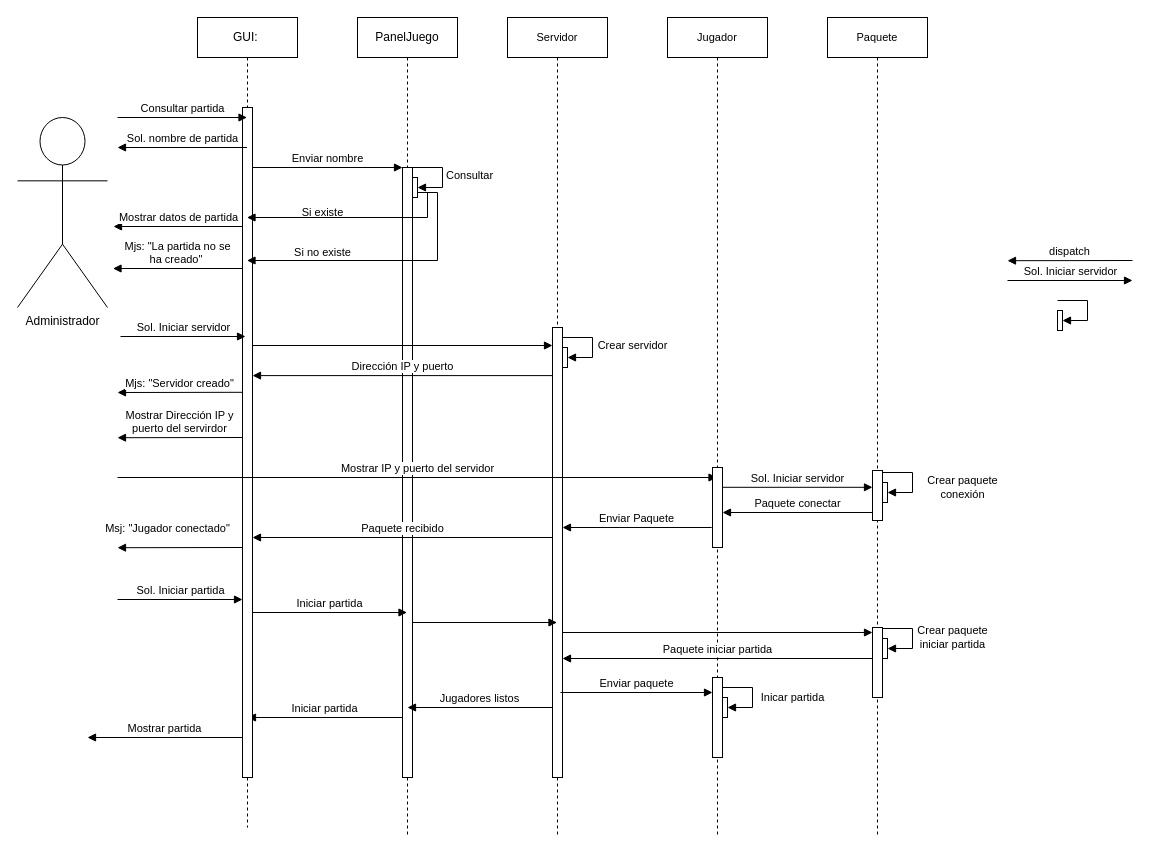
Earlier version of the draw.io diagram page "Iniciar Partida - Secuencia" (7 of 8) of UML/UML.drawio (Carlos19men/EcoCrossing). Source tidied: cells renumbered, new cells numbered last; positions are measured from the earlier drawing's top-left corner, leaving out a move shared by most shapes. Both pictures are drawn from the tidied source at 100%, with x=0, y=0 at pixel (17, 17).
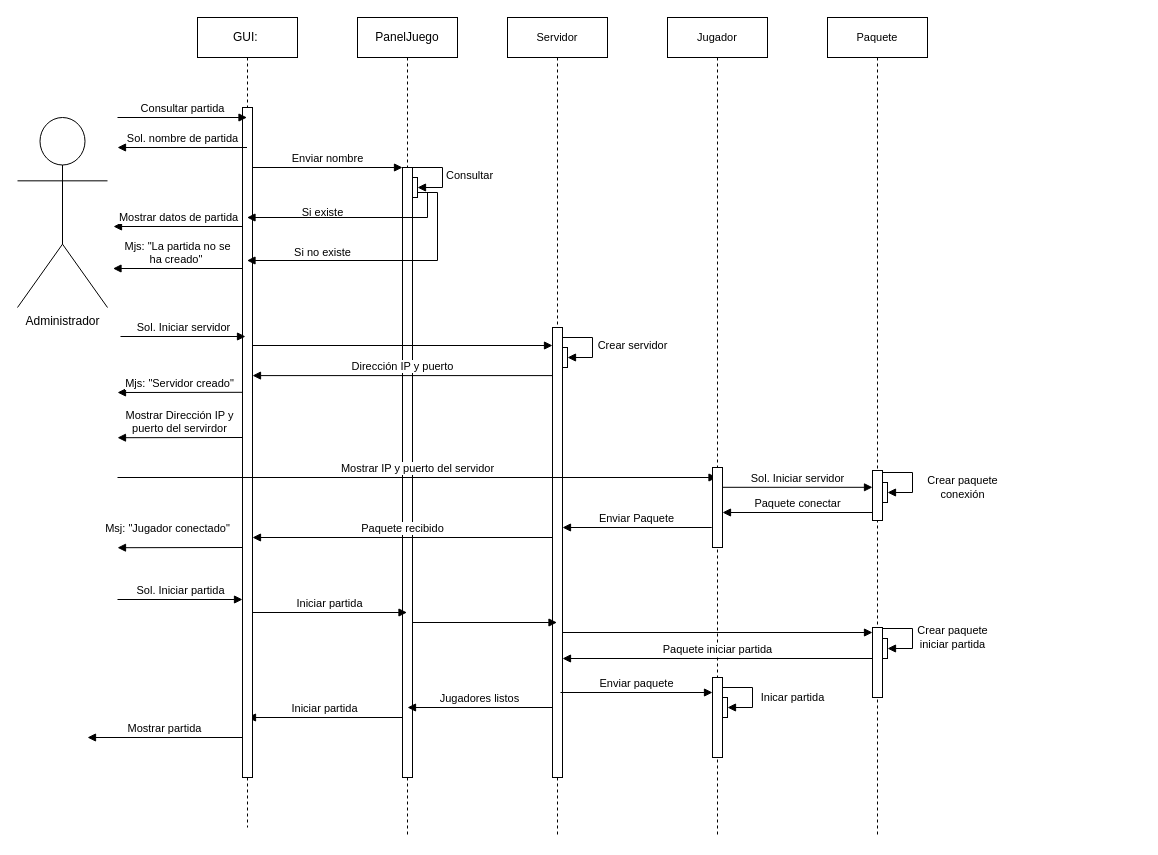
After the change.

Diff of the diagram source:
```diff
@@
-    <mxCell id="40" style="edgeStyle=orthogonalEdgeStyle;html=1;align=left;spacingLeft=2;endArrow=block;rounded=0;entryX=1;entryY=0;" parent="1" edge="1">
-      <mxGeometry relative="1" as="geometry">
-        <mxPoint x="1040" y="283" as="sourcePoint" />
-        <mxPoint x="1045" y="303" as="targetPoint" />
-        <Array as="points">
-          <mxPoint x="1070" y="283" />
-        </Array>
-      </mxGeometry>
-    </mxCell>
-    <mxCell id="41" style="rounded=0;whiteSpace=wrap;html=1;" parent="1" vertex="1">
-      <mxGeometry x="1040" y="293" width="5" height="20" as="geometry" />
-    </mxCell>
@@
-    <mxCell id="44" value="dispatch" style="html=1;verticalAlign=bottom;endArrow=block;rounded=0;fontSize=11;" parent="1" edge="1">
-      <mxGeometry relative="1" as="geometry">
-        <mxPoint x="1115" y="243" as="sourcePoint" />
-        <mxPoint x="990" y="243.2" as="targetPoint" />
-      </mxGeometry>
-    </mxCell>
-    <mxCell id="45" value="Sol. Iniciar servidor" style="html=1;verticalAlign=bottom;endArrow=block;rounded=0;fontSize=11;" parent="1" edge="1">
-      <mxGeometry relative="1" as="geometry">
-        <mxPoint x="990" y="263" as="sourcePoint" />
-        <mxPoint x="1115" y="263" as="targetPoint" />
-      </mxGeometry>
-    </mxCell>
```
